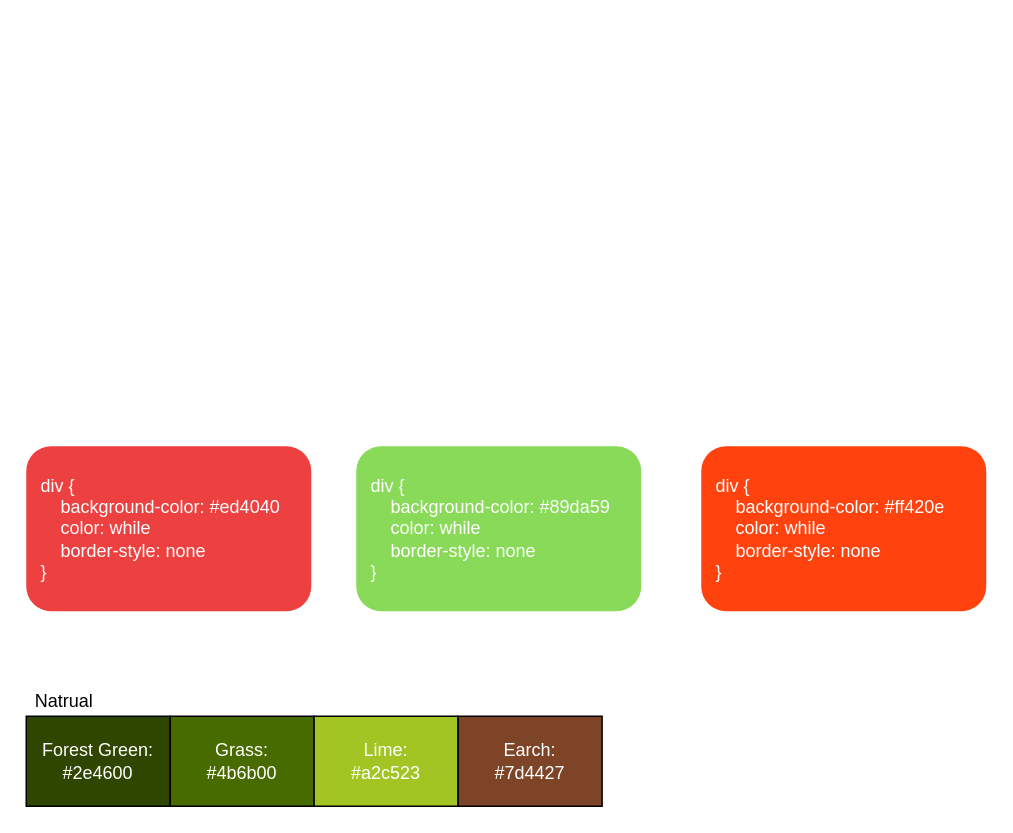
The draw.io diagram page "color-combination" (5 of 6) of languages/css/styling.drawio in yangdj/tf_docs, before the edit. Source tidied: cells renumbered, new cells numbered last; positions are measured from the earlier drawing's top-left corner, leaving out a move shared by most shapes. Both pictures are drawn from the tidied source at 150%, with x=0, y=0 at pixel (26, 446).
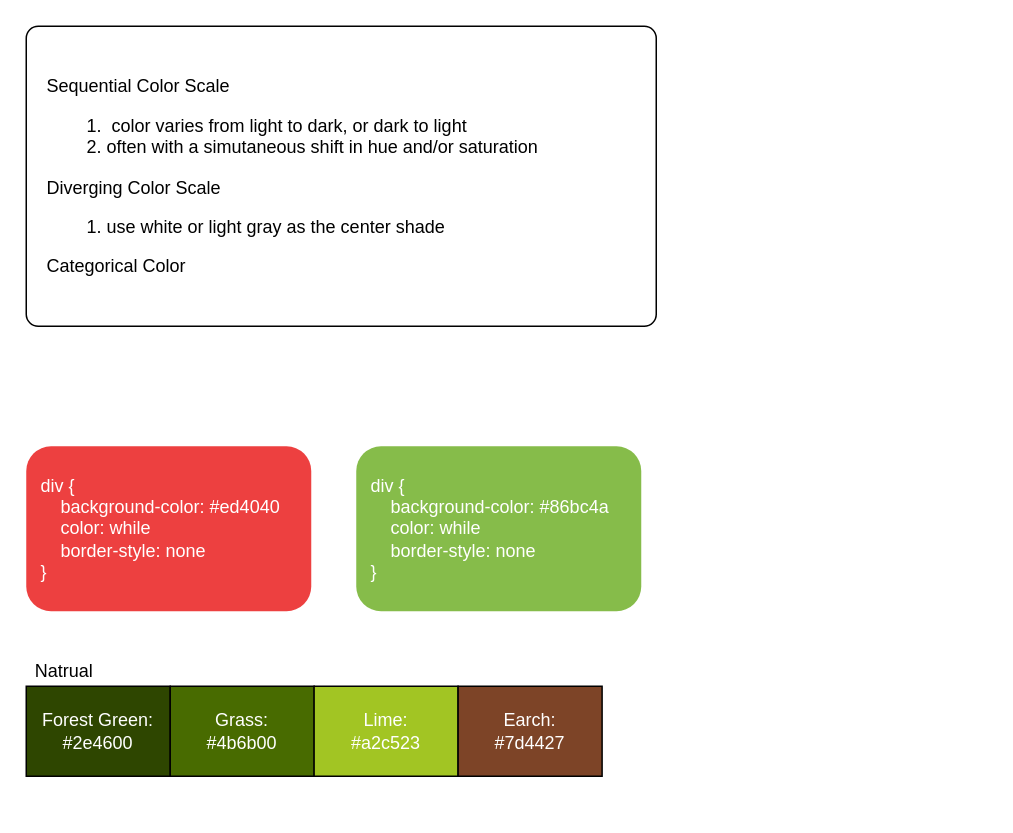
Above is the later version.

Diff of the diagram source:
```diff
@@
 <mxGraphModel>
   <root>
     <mxCell id="0" />
     <mxCell id="1" parent="0" />
     <mxCell id="2" value="div {&lt;br&gt;&amp;nbsp; &amp;nbsp; background-color: #ed4040&lt;br&gt;&amp;nbsp; &amp;nbsp; color: while&lt;br&gt;&amp;nbsp; &amp;nbsp; border-style: none&lt;br&gt;}" style="rounded=1;whiteSpace=wrap;html=1;fillColor=#ed4040;align=left;spacingTop=0;spacing=10;labelBorderColor=none;strokeColor=none;fontColor=#FFFFFF;" parent="1" vertex="1">
       <mxGeometry width="190" height="110" as="geometry" />
     </mxCell>
-    <mxCell id="3" value="div {&lt;br&gt;&amp;nbsp; &amp;nbsp; background-color: #89da59&lt;br&gt;&amp;nbsp; &amp;nbsp; color: while&lt;br&gt;&amp;nbsp; &amp;nbsp; border-style: none&lt;br&gt;}" style="rounded=1;whiteSpace=wrap;html=1;fillColor=#89da59;align=left;spacingTop=0;spacing=10;labelBorderColor=none;strokeColor=none;fontColor=#FFFFFF;" parent="1" vertex="1">
+    <mxCell id="3" value="div {&lt;br&gt;&amp;nbsp; &amp;nbsp; background-color: #86bc4a&lt;br&gt;&amp;nbsp; &amp;nbsp; color: while&lt;br&gt;&amp;nbsp; &amp;nbsp; border-style: none&lt;br&gt;}" style="rounded=1;whiteSpace=wrap;html=1;fillColor=#86bc4a;align=left;spacingTop=0;spacing=10;labelBorderColor=none;strokeColor=none;fontColor=#FFFFFF;labelBackgroundColor=none;" parent="1" vertex="1">
       <mxGeometry x="220" width="190" height="110" as="geometry" />
     </mxCell>
-    <mxCell id="4" value="div {&lt;br&gt;&amp;nbsp; &amp;nbsp; background-color: #ff420e&lt;br&gt;&amp;nbsp; &amp;nbsp; color: while&lt;br&gt;&amp;nbsp; &amp;nbsp; border-style: none&lt;br&gt;}" style="rounded=1;whiteSpace=wrap;html=1;fillColor=#ff420e;align=left;spacingTop=0;spacing=10;labelBorderColor=none;strokeColor=none;fontColor=#FFFFFF;" parent="1" vertex="1">
-      <mxGeometry x="450" width="190" height="110" as="geometry" />
-    </mxCell>
     <mxCell id="5" style="group;" parent="1" vertex="1">
-      <mxGeometry y="160" width="383.8" height="80" as="geometry" />
+      <mxGeometry y="140" width="383.8" height="80" as="geometry" />
     </mxCell>
     <mxCell id="6" style="group;" parent="5" vertex="1">
       <mxGeometry y="20" width="383.8" height="60" as="geometry" />
     </mxCell>
     <mxCell id="7" value="Forest Green:&lt;br&gt;#2e4600" style="rounded=0;whiteSpace=wrap;html=1;fillColor=#2e4600;fontColor=#FFFFFF;" parent="6" vertex="1">
       <mxGeometry width="96" height="60" as="geometry" />
     </mxCell>
     <mxCell id="8" value="Grass:&lt;br&gt;#4b6b00" style="rounded=0;whiteSpace=wrap;html=1;fillColor=#486b00;fontColor=#FFFFFF;" parent="6" vertex="1">
       <mxGeometry x="96" width="96" height="60" as="geometry" />
     </mxCell>
     <mxCell id="9" value="Lime:&lt;br&gt;#a2c523" style="rounded=0;whiteSpace=wrap;html=1;fillColor=#a2c523;fontColor=#FFFFFF;" parent="6" vertex="1">
       <mxGeometry x="191.9" width="96" height="60" as="geometry" />
     </mxCell>
     <mxCell id="10" value="Earch:&lt;br&gt;#7d4427" style="rounded=0;whiteSpace=wrap;html=1;fillColor=#7d4427;fontColor=#FFFFFF;" parent="6" vertex="1">
       <mxGeometry x="287.9" width="96" height="60" as="geometry" />
     </mxCell>
     <mxCell id="11" value="Natrual" style="text;html=1;align=center;verticalAlign=middle;" parent="5" vertex="1">
       <mxGeometry width="50" height="20" as="geometry" />
     </mxCell>
+    <mxCell id="12" value="&lt;span&gt;Sequential Color Scale&lt;br&gt;&lt;ol&gt;&lt;li&gt;&lt;span&gt;&amp;nbsp;color varies from light to dark, or dark to light&lt;/span&gt;&lt;/li&gt;&lt;li&gt;&lt;span&gt;often with a simutaneous shift in hue and/or saturation&lt;/span&gt;&lt;/li&gt;&lt;/ol&gt;&lt;/span&gt;&lt;span&gt;Diverging Color Scale&lt;br&gt;&lt;ol&gt;&lt;li&gt;&lt;span&gt;use white or light gray as the center shade&amp;nbsp;&amp;nbsp;&lt;/span&gt;&lt;/li&gt;&lt;/ol&gt;&lt;/span&gt;&lt;span&gt;Categorical Color&lt;/span&gt;" style="rounded=1;whiteSpace=wrap;html=1;align=left;spacing=14;arcSize=4;" parent="1" vertex="1">
+      <mxGeometry y="-280" width="420" height="200" as="geometry" />
+    </mxCell>
   </root>
 </mxGraphModel>
```
